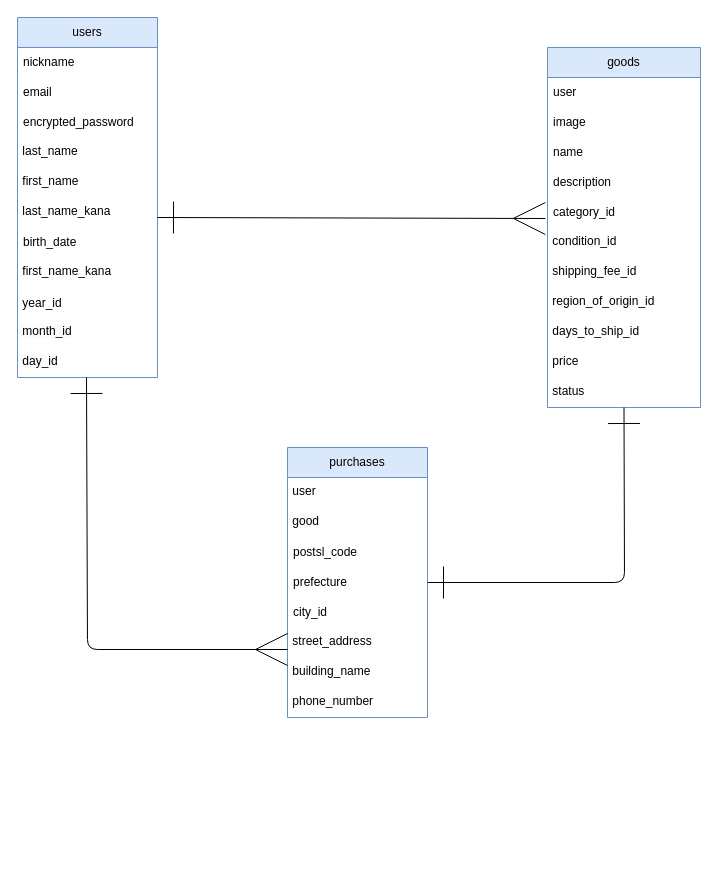
caijiayuantian0-ux/furima-41271 keeps this draw.io diagram as DB.dio. Above is the earlier version. Source tidied: cells renumbered, new cells numbered last; positions are measured from the earlier drawing's top-left corner, leaving out a move shared by most shapes. Both pictures are drawn from the tidied source at 100%, with x=0, y=0 at pixel (17, 17).
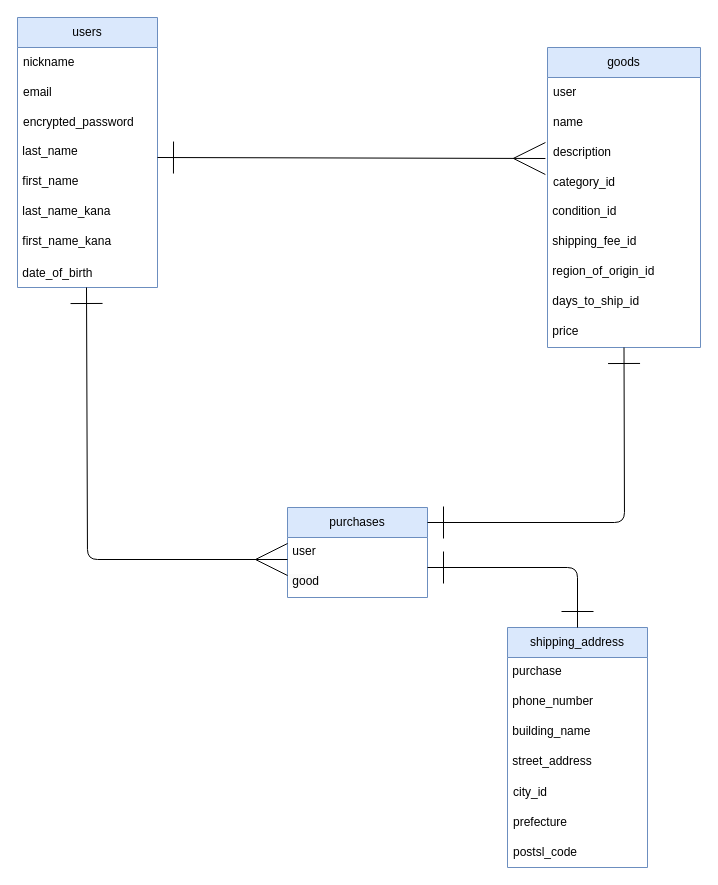
Above is the later version.

Unchanged cells that the change refers to:
```xml
<mxCell id="29" value="&lt;span style=&quot;color: rgb(0, 0, 0); font-family: Helvetica; font-size: 12px; font-style: normal; font-variant-ligatures: normal; font-variant-caps: normal; font-weight: 400; letter-spacing: normal; orphans: 2; text-align: left; text-indent: 0px; text-transform: none; widows: 2; word-spacing: 0px; -webkit-text-stroke-width: 0px; white-space: normal; background-color: rgb(251, 251, 251); text-decoration-thickness: initial; text-decoration-style: initial; text-decoration-color: initial; float: none; display: inline !important;&quot;&gt;&amp;nbsp;good&lt;/span&gt;" style="text;whiteSpace=wrap;html=1;" parent="27" vertex="1">
  <mxGeometry y="60" width="140" height="30" as="geometry" />
</mxCell>
```

Diff of the diagram source:
```diff
@@
     <mxCell id="2" value="users" style="swimlane;fontStyle=0;horizontal=1;startSize=30;whiteSpace=wrap;html=1;fillColor=#dae8fc;strokeColor=#6c8ebf;" parent="1" vertex="1">
-      <mxGeometry width="140" height="360" as="geometry" />
+      <mxGeometry width="140" height="270" as="geometry" />
     </mxCell>
@@
-    <mxCell id="9" value="&lt;font style=&quot;color: rgb(0, 0, 0);&quot; face=&quot;Arial, sans-serif&quot;&gt;&lt;span&gt;birth_date&lt;/span&gt;&lt;/font&gt;" style="text;strokeColor=none;fillColor=none;align=left;verticalAlign=middle;spacingLeft=4;spacingRight=4;overflow=hidden;whiteSpace=wrap;html=1;" parent="2" vertex="1">
-      <mxGeometry y="210" width="140" height="30" as="geometry" />
-    </mxCell>
     <mxCell id="10" value="&amp;nbsp;first_name_kana" style="text;whiteSpace=wrap;html=1;" parent="2" vertex="1">
-      <mxGeometry y="240" width="140" height="30" as="geometry" />
+      <mxGeometry y="210" width="140" height="30" as="geometry" />
     </mxCell>
-    <mxCell id="11" value="&lt;div style=&quot;font-weight: normal; line-height: 19px; white-space: pre;&quot;&gt;&lt;div style=&quot;&quot;&gt;&lt;font style=&quot;color: rgb(0, 0, 0);&quot;&gt; year_id&lt;/font&gt;&lt;/div&gt;&lt;/div&gt;" style="text;whiteSpace=wrap;html=1;" parent="2" vertex="1">
-      <mxGeometry y="270" width="140" height="30" as="geometry" />
+    <mxCell id="11" value="&lt;div style=&quot;font-weight: normal; line-height: 19px; white-space: pre;&quot;&gt;&lt;div style=&quot;&quot;&gt;&lt;font style=&quot;color: rgb(0, 0, 0);&quot;&gt; date_of_birth&lt;/font&gt;&lt;/div&gt;&lt;/div&gt;" style="text;whiteSpace=wrap;html=1;" parent="2" vertex="1">
+      <mxGeometry y="240" width="140" height="30" as="geometry" />
     </mxCell>
-    <mxCell id="12" value="&lt;span style=&quot;color: rgb(0, 0, 0); font-family: Helvetica; font-size: 12px; font-style: normal; font-variant-ligatures: normal; font-variant-caps: normal; font-weight: 400; letter-spacing: normal; orphans: 2; text-align: left; text-indent: 0px; text-transform: none; widows: 2; word-spacing: 0px; -webkit-text-stroke-width: 0px; white-space: pre; background-color: rgb(251, 251, 251); text-decoration-thickness: initial; text-decoration-style: initial; text-decoration-color: initial; float: none; display: inline !important;&quot;&gt; month_id&lt;/span&gt;" style="text;whiteSpace=wrap;html=1;" parent="2" vertex="1">
-      <mxGeometry y="300" width="140" height="30" as="geometry" />
-    </mxCell>
-    <mxCell id="13" value="&lt;span style=&quot;color: rgb(0, 0, 0); font-family: Helvetica; font-size: 12px; font-style: normal; font-variant-ligatures: normal; font-variant-caps: normal; font-weight: 400; letter-spacing: normal; orphans: 2; text-align: left; text-indent: 0px; text-transform: none; widows: 2; word-spacing: 0px; -webkit-text-stroke-width: 0px; white-space: pre; background-color: rgb(251, 251, 251); text-decoration-thickness: initial; text-decoration-style: initial; text-decoration-color: initial; float: none; display: inline !important;&quot;&gt; day_id&lt;/span&gt;" style="text;whiteSpace=wrap;html=1;" parent="2" vertex="1">
-      <mxGeometry y="330" width="140" height="30" as="geometry" />
-    </mxCell>
     <mxCell id="14" value="goods" style="swimlane;fontStyle=0;horizontal=1;startSize=30;whiteSpace=wrap;html=1;fillColor=#dae8fc;strokeColor=#6c8ebf;" parent="1" vertex="1">
-      <mxGeometry x="530" y="30" width="153" height="360" as="geometry" />
+      <mxGeometry x="530" y="30" width="153" height="300" as="geometry" />
     </mxCell>
@@
-    <mxCell id="16" value="image" style="text;strokeColor=none;fillColor=none;align=left;verticalAlign=middle;spacingLeft=4;spacingRight=4;overflow=hidden;whiteSpace=wrap;html=1;" parent="14" vertex="1">
-      <mxGeometry y="60" width="153" height="30" as="geometry" />
-    </mxCell>
     <mxCell id="17" value="name" style="text;strokeColor=none;fillColor=none;align=left;verticalAlign=middle;spacingLeft=4;spacingRight=4;overflow=hidden;whiteSpace=wrap;html=1;" parent="14" vertex="1">
-      <mxGeometry y="90" width="153" height="30" as="geometry" />
+      <mxGeometry y="60" width="153" height="30" as="geometry" />
     </mxCell>
     <mxCell id="18" value="&lt;span style=&quot;font-family: Arial, sans-serif; background-color: rgb(255, 255, 255);&quot;&gt;&lt;font style=&quot;color: rgb(0, 0, 0);&quot;&gt;description&lt;/font&gt;&lt;/span&gt;" style="text;strokeColor=none;fillColor=none;align=left;verticalAlign=middle;spacingLeft=4;spacingRight=4;overflow=hidden;whiteSpace=wrap;html=1;" parent="14" vertex="1">
-      <mxGeometry y="120" width="153" height="30" as="geometry" />
+      <mxGeometry y="90" width="153" height="30" as="geometry" />
     </mxCell>
     <mxCell id="19" value="category_id " style="text;strokeColor=none;fillColor=none;align=left;verticalAlign=middle;spacingLeft=4;spacingRight=4;overflow=hidden;whiteSpace=wrap;html=1;" parent="14" vertex="1">
-      <mxGeometry y="150" width="153" height="30" as="geometry" />
+      <mxGeometry y="120" width="153" height="30" as="geometry" />
     </mxCell>
     <mxCell id="20" value=" condition_id" style="text;whiteSpace=wrap;fontColor=#000000;" parent="14" vertex="1">
-      <mxGeometry y="180" width="153" height="30" as="geometry" />
+      <mxGeometry y="150" width="153" height="30" as="geometry" />
     </mxCell>
     <mxCell id="21" value=" shipping_fee_id" style="text;whiteSpace=wrap;fontColor=#000000;" parent="14" vertex="1">
-      <mxGeometry y="210" width="153" height="30" as="geometry" />
+      <mxGeometry y="180" width="153" height="30" as="geometry" />
     </mxCell>
     <mxCell id="22" value=" region_of_origin_id" style="text;whiteSpace=wrap;" parent="14" vertex="1">
-      <mxGeometry y="240" width="153" height="30" as="geometry" />
+      <mxGeometry y="210" width="153" height="30" as="geometry" />
     </mxCell>
     <mxCell id="23" value=" days_to_ship_id" style="text;whiteSpace=wrap;" parent="14" vertex="1">
-      <mxGeometry y="270" width="153" height="30" as="geometry" />
+      <mxGeometry y="240" width="153" height="30" as="geometry" />
     </mxCell>
     <mxCell id="24" value=" price" style="text;whiteSpace=wrap;" parent="14" vertex="1">
-      <mxGeometry y="300" width="153" height="30" as="geometry" />
+      <mxGeometry y="270" width="153" height="30" as="geometry" />
     </mxCell>
-    <mxCell id="25" value="&amp;nbsp;status" style="text;whiteSpace=wrap;html=1;" parent="14" vertex="1">
-      <mxGeometry y="330" width="153" height="30" as="geometry" />
-    </mxCell>
     <mxCell id="26" style="edgeStyle=none;html=1;entryX=-0.014;entryY=0.2;entryDx=0;entryDy=0;entryPerimeter=0;endArrow=ERmany;endFill=0;endSize=30;startArrow=ERone;startFill=0;targetPerimeterSpacing=0;sourcePerimeterSpacing=0;exitX=1;exitY=0.5;exitDx=0;exitDy=0;startSize=30;" parent="1" edge="1">
       <mxGeometry relative="1" as="geometry">
-        <mxPoint x="140" y="200" as="sourcePoint" />
-        <mxPoint x="527.9" y="201" as="targetPoint" />
+        <mxPoint x="140" y="140" as="sourcePoint" />
+        <mxPoint x="527.9" y="141" as="targetPoint" />
       </mxGeometry>
     </mxCell>
     <mxCell id="27" value="purchases" style="swimlane;fontStyle=0;horizontal=1;startSize=30;whiteSpace=wrap;html=1;fillColor=#dae8fc;strokeColor=#6c8ebf;" parent="1" vertex="1">
-      <mxGeometry x="270" y="430" width="140" height="270" as="geometry" />
+      <mxGeometry x="270" y="490" width="140" height="90" as="geometry" />
     </mxCell>
@@
-    <mxCell id="30" value="postsl_code" style="text;strokeColor=none;fillColor=none;align=left;verticalAlign=middle;spacingLeft=4;spacingRight=4;overflow=hidden;whiteSpace=wrap;html=1;" parent="27" vertex="1">
-      <mxGeometry y="90" width="140" height="30" as="geometry" />
-    </mxCell>
-    <mxCell id="31" value="prefecture" style="text;strokeColor=none;fillColor=none;align=left;verticalAlign=middle;spacingLeft=4;spacingRight=4;overflow=hidden;points=[[0,0.5],[1,0.5]];portConstraint=eastwest;whiteSpace=wrap;html=1;" parent="27" vertex="1">
-      <mxGeometry y="120" width="140" height="30" as="geometry" />
-    </mxCell>
-    <mxCell id="32" value="city_id" style="text;strokeColor=none;fillColor=none;align=left;verticalAlign=middle;spacingLeft=4;spacingRight=4;overflow=hidden;whiteSpace=wrap;html=1;" parent="27" vertex="1">
-      <mxGeometry y="150" width="140" height="30" as="geometry" />
-    </mxCell>
-    <mxCell id="33" value=" street_address" style="text;whiteSpace=wrap;" parent="27" vertex="1">
-      <mxGeometry y="180" width="140" height="30" as="geometry" />
-    </mxCell>
-    <mxCell id="34" value=" building_name" style="text;whiteSpace=wrap;" parent="27" vertex="1">
-      <mxGeometry y="210" width="140" height="30" as="geometry" />
-    </mxCell>
-    <mxCell id="35" value="&lt;span style=&quot;background-color: rgb(255, 255, 255);&quot;&gt;&lt;font style=&quot;color: rgb(0, 0, 0);&quot;&gt;&amp;nbsp;phone_number&lt;/font&gt;&lt;/span&gt;" style="text;whiteSpace=wrap;html=1;" parent="27" vertex="1">
-      <mxGeometry y="240" width="140" height="30" as="geometry" />
-    </mxCell>
-    <mxCell id="36" style="edgeStyle=none;html=1;exitX=0.5;exitY=1;exitDx=0;exitDy=0;entryX=1;entryY=0.5;entryDx=0;entryDy=0;endArrow=ERone;endFill=0;startArrow=ERone;startFill=0;startSize=30;endSize=30;" parent="1" edge="1" target="31">
+    <mxCell id="36" style="edgeStyle=none;html=1;exitX=0.5;exitY=1;exitDx=0;exitDy=0;entryX=1;entryY=0.5;entryDx=0;entryDy=0;endArrow=ERone;endFill=0;startArrow=ERone;startFill=0;startSize=30;endSize=30;" parent="1" edge="1">
       <mxGeometry relative="1" as="geometry">
-        <mxPoint x="606.5" y="390" as="sourcePoint" />
+        <mxPoint x="606.5" y="330" as="sourcePoint" />
+        <mxPoint x="410" y="505" as="targetPoint" />
         <Array as="points">
-          <mxPoint x="607" y="565" />
+          <mxPoint x="607" y="505" />
         </Array>
       </mxGeometry>
     </mxCell>
     <mxCell id="37" style="edgeStyle=none;html=1;exitX=0;exitY=0.5;exitDx=0;exitDy=0;entryX=0.493;entryY=1.1;entryDx=0;entryDy=0;entryPerimeter=0;endArrow=ERone;endFill=0;startArrow=ERmany;startFill=0;endSize=30;startSize=30;" parent="1" edge="1">
       <mxGeometry relative="1" as="geometry">
-        <mxPoint x="270" y="632" as="sourcePoint" />
-        <mxPoint x="69" y="360" as="targetPoint" />
+        <mxPoint x="270" y="542" as="sourcePoint" />
+        <mxPoint x="69" y="270" as="targetPoint" />
         <Array as="points">
-          <mxPoint x="70" y="632" />
+          <mxPoint x="70" y="542" />
         </Array>
       </mxGeometry>
     </mxCell>
+    <mxCell id="13" value="shipping_address" style="swimlane;fontStyle=0;horizontal=1;startSize=30;whiteSpace=wrap;html=1;fillColor=#dae8fc;strokeColor=#6c8ebf;" parent="1" vertex="1">
+      <mxGeometry x="490" y="610" width="140" height="240" as="geometry" />
+    </mxCell>
+    <mxCell id="38" value=" purchase" style="text;" parent="13" vertex="1">
+      <mxGeometry y="30" width="140" height="30" as="geometry" />
+    </mxCell>
+    <mxCell id="35" value="&lt;span style=&quot;background-color: rgb(255, 255, 255);&quot;&gt;&lt;font style=&quot;color: rgb(0, 0, 0);&quot;&gt;&amp;nbsp;phone_number&lt;/font&gt;&lt;/span&gt;" style="text;whiteSpace=wrap;html=1;" parent="13" vertex="1">
+      <mxGeometry y="60" width="140" height="30" as="geometry" />
+    </mxCell>
+    <mxCell id="34" value=" building_name" style="text;whiteSpace=wrap;" parent="13" vertex="1">
+      <mxGeometry y="90" width="140" height="30" as="geometry" />
+    </mxCell>
+    <mxCell id="33" value=" street_address" style="text;whiteSpace=wrap;" parent="13" vertex="1">
+      <mxGeometry y="120" width="140" height="30" as="geometry" />
+    </mxCell>
+    <mxCell id="32" value="city_id" style="text;strokeColor=none;fillColor=none;align=left;verticalAlign=middle;spacingLeft=4;spacingRight=4;overflow=hidden;whiteSpace=wrap;html=1;" parent="13" vertex="1">
+      <mxGeometry y="150" width="140" height="30" as="geometry" />
+    </mxCell>
+    <mxCell id="31" value="prefecture" style="text;strokeColor=none;fillColor=none;align=left;verticalAlign=middle;spacingLeft=4;spacingRight=4;overflow=hidden;points=[[0,0.5],[1,0.5]];portConstraint=eastwest;whiteSpace=wrap;html=1;" parent="13" vertex="1">
+      <mxGeometry y="180" width="140" height="30" as="geometry" />
+    </mxCell>
+    <mxCell id="30" value="postsl_code" style="text;strokeColor=none;fillColor=none;align=left;verticalAlign=middle;spacingLeft=4;spacingRight=4;overflow=hidden;whiteSpace=wrap;html=1;" parent="13" vertex="1">
+      <mxGeometry y="210" width="140" height="30" as="geometry" />
+    </mxCell>
+    <mxCell id="39" style="edgeStyle=none;html=1;exitX=1;exitY=0;exitDx=0;exitDy=0;entryX=0.5;entryY=0;entryDx=0;entryDy=0;endArrow=ERone;endFill=0;startArrow=ERone;startFill=0;endSize=30;startSize=30;" parent="1" edge="1" source="29" target="13">
+      <mxGeometry relative="1" as="geometry">
+        <Array as="points">
+          <mxPoint x="560" y="550" />
+        </Array>
+      </mxGeometry>
+    </mxCell>
```
